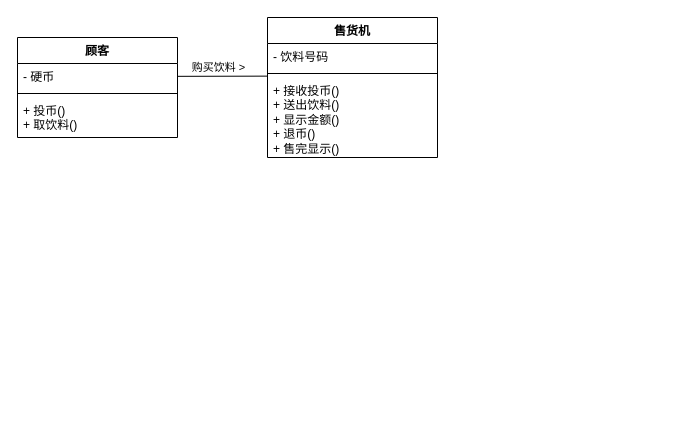
Above: 20230924.drawio in saucesy/uml (draw.io), before the change. Source tidied: cells renumbered, new cells numbered last; positions are measured from the earlier drawing's top-left corner, leaving out a move shared by most shapes. Both pictures are drawn from the tidied source at 100%, with x=0, y=0 at pixel (17, 17).
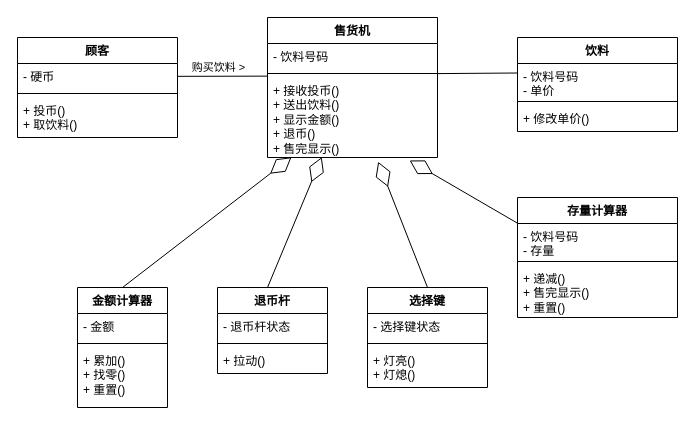
After the change.

The change refers to these unchanged cells:
```xml
<mxCell id="2" value="售货机" style="swimlane;fontStyle=1;align=center;verticalAlign=top;horizontal=1;startSize=26;whiteSpace=wrap;html=1;" parent="1" vertex="1">
  <mxGeometry x="250" width="170" height="140" as="geometry" />
</mxCell>
<mxCell id="5" value="+ 接收投币()&lt;br&gt;+ 送出饮料()&lt;br&gt;+ 显示金额()&lt;br&gt;+ 退币()&lt;br&gt;+ 售完显示()&lt;br&gt;" style="text;strokeColor=none;fillColor=none;align=left;verticalAlign=top;spacingLeft=4;spacingRight=4;overflow=hidden;points=[[0,0.5],[1,0.5]];portConstraint=eastwest;whiteSpace=wrap;html=1;" parent="2" vertex="1">
  <mxGeometry y="60" width="170" height="80" as="geometry" />
</mxCell>
```

Diff of the diagram source:
```diff
@@
+    <mxCell id="12" style="endArrow=none;html=1;rounded=0;entryX=0;entryY=0.5;entryDx=0;entryDy=0;exitX=0.999;exitY=0.045;exitDx=0;exitDy=0;exitPerimeter=0;" parent="2" edge="1">
+      <mxGeometry relative="1" as="geometry">
+        <mxPoint x="170" y="56.1" as="sourcePoint" />
+        <mxPoint x="250.2" y="55.5" as="targetPoint" />
+      </mxGeometry>
+    </mxCell>
@@
+    <mxCell id="13" value="饮料" style="swimlane;fontStyle=1;align=center;verticalAlign=top;horizontal=1;startSize=26;whiteSpace=wrap;html=1;" parent="1" vertex="1">
+      <mxGeometry x="500" y="20" width="160" height="94" as="geometry" />
+    </mxCell>
+    <mxCell id="14" value="- 饮料号码&lt;br&gt;- 单价" style="text;strokeColor=none;fillColor=none;align=left;verticalAlign=top;spacingLeft=4;spacingRight=4;overflow=hidden;whiteSpace=wrap;html=1;" parent="13" vertex="1">
+      <mxGeometry y="26" width="160" height="34" as="geometry" />
+    </mxCell>
+    <mxCell id="15" style="line;strokeWidth=1;fillColor=none;align=left;verticalAlign=middle;spacingTop=-1;spacingLeft=3;spacingRight=3;labelPosition=right;strokeColor=inherit;" parent="13" vertex="1">
+      <mxGeometry y="60" width="160" height="8" as="geometry" />
+    </mxCell>
+    <mxCell id="16" value="+ 修改单价()" style="text;strokeColor=none;fillColor=none;align=left;verticalAlign=top;spacingLeft=4;spacingRight=4;overflow=hidden;whiteSpace=wrap;html=1;" parent="13" vertex="1">
+      <mxGeometry y="68" width="160" height="26" as="geometry" />
+    </mxCell>
+    <mxCell id="17" value="金额计算器" style="swimlane;fontStyle=1;align=center;verticalAlign=top;horizontal=1;startSize=26;whiteSpace=wrap;html=1;" parent="1" vertex="1">
+      <mxGeometry x="60" y="270" width="90" height="120" as="geometry" />
+    </mxCell>
+    <mxCell id="18" value="- 金额" style="text;strokeColor=none;fillColor=none;align=left;verticalAlign=top;spacingLeft=4;spacingRight=4;overflow=hidden;whiteSpace=wrap;html=1;" parent="17" vertex="1">
+      <mxGeometry y="26" width="90" height="26" as="geometry" />
+    </mxCell>
+    <mxCell id="19" style="line;strokeWidth=1;fillColor=none;align=left;verticalAlign=middle;spacingTop=-1;spacingLeft=3;spacingRight=3;labelPosition=right;strokeColor=inherit;" parent="17" vertex="1">
+      <mxGeometry y="52" width="90" height="8" as="geometry" />
+    </mxCell>
+    <mxCell id="20" value="+ 累加()&lt;br&gt;+ 找零()&lt;br&gt;+ 重置()" style="text;strokeColor=none;fillColor=none;align=left;verticalAlign=top;spacingLeft=4;spacingRight=4;overflow=hidden;whiteSpace=wrap;html=1;" parent="17" vertex="1">
+      <mxGeometry y="60" width="90" height="60" as="geometry" />
+    </mxCell>
+    <mxCell id="21" value="退币杆" style="swimlane;fontStyle=1;align=center;verticalAlign=top;horizontal=1;startSize=26;whiteSpace=wrap;html=1;" parent="1" vertex="1">
+      <mxGeometry x="200" y="270" width="110" height="86" as="geometry" />
+    </mxCell>
+    <mxCell id="22" value="- 退币杆状态" style="text;strokeColor=none;fillColor=none;align=left;verticalAlign=top;spacingLeft=4;spacingRight=4;overflow=hidden;whiteSpace=wrap;html=1;" parent="21" vertex="1">
+      <mxGeometry y="26" width="110" height="26" as="geometry" />
+    </mxCell>
+    <mxCell id="23" style="line;strokeWidth=1;fillColor=none;align=left;verticalAlign=middle;spacingTop=-1;spacingLeft=3;spacingRight=3;labelPosition=right;strokeColor=inherit;" parent="21" vertex="1">
+      <mxGeometry y="52" width="110" height="8" as="geometry" />
+    </mxCell>
+    <mxCell id="24" value="+ 拉动()" style="text;strokeColor=none;fillColor=none;align=left;verticalAlign=top;spacingLeft=4;spacingRight=4;overflow=hidden;whiteSpace=wrap;html=1;" parent="21" vertex="1">
+      <mxGeometry y="60" width="110" height="26" as="geometry" />
+    </mxCell>
+    <mxCell id="25" value="选择键" style="swimlane;fontStyle=1;align=center;verticalAlign=top;horizontal=1;startSize=26;whiteSpace=wrap;html=1;" parent="1" vertex="1">
+      <mxGeometry x="350" y="270" width="120" height="100" as="geometry" />
+    </mxCell>
+    <mxCell id="26" value="- 选择键状态" style="text;strokeColor=none;fillColor=none;align=left;verticalAlign=top;spacingLeft=4;spacingRight=4;overflow=hidden;whiteSpace=wrap;html=1;" parent="25" vertex="1">
+      <mxGeometry y="26" width="120" height="26" as="geometry" />
+    </mxCell>
+    <mxCell id="27" style="line;strokeWidth=1;fillColor=none;align=left;verticalAlign=middle;spacingTop=-1;spacingLeft=3;spacingRight=3;labelPosition=right;strokeColor=inherit;" parent="25" vertex="1">
+      <mxGeometry y="52" width="120" height="8" as="geometry" />
+    </mxCell>
+    <mxCell id="28" value="+ 灯亮()&lt;br&gt;+ 灯熄()" style="text;strokeColor=none;fillColor=none;align=left;verticalAlign=top;spacingLeft=4;spacingRight=4;overflow=hidden;whiteSpace=wrap;html=1;" parent="25" vertex="1">
+      <mxGeometry y="60" width="120" height="40" as="geometry" />
+    </mxCell>
+    <mxCell id="29" value="存量计算器" style="swimlane;fontStyle=1;align=center;verticalAlign=top;horizontal=1;startSize=26;whiteSpace=wrap;html=1;" parent="1" vertex="1">
+      <mxGeometry x="500" y="180" width="160" height="120" as="geometry" />
+    </mxCell>
+    <mxCell id="30" value="- 饮料号码&lt;br&gt;- 存量" style="text;strokeColor=none;fillColor=none;align=left;verticalAlign=top;spacingLeft=4;spacingRight=4;overflow=hidden;whiteSpace=wrap;html=1;" parent="29" vertex="1">
+      <mxGeometry y="26" width="160" height="34" as="geometry" />
+    </mxCell>
+    <mxCell id="31" style="line;strokeWidth=1;fillColor=none;align=left;verticalAlign=middle;spacingTop=-1;spacingLeft=3;spacingRight=3;labelPosition=right;strokeColor=inherit;" parent="29" vertex="1">
+      <mxGeometry y="60" width="160" height="8" as="geometry" />
+    </mxCell>
+    <mxCell id="32" value="+ 递减()&lt;br&gt;+ 售完显示()&lt;br&gt;+ 重置()" style="text;strokeColor=none;fillColor=none;align=left;verticalAlign=top;spacingLeft=4;spacingRight=4;overflow=hidden;whiteSpace=wrap;html=1;" parent="29" vertex="1">
+      <mxGeometry y="68" width="160" height="52" as="geometry" />
+    </mxCell>
+    <mxCell id="33" style="endArrow=diamondThin;endFill=0;endSize=24;html=1;rounded=0;exitX=0.5;exitY=0;exitDx=0;exitDy=0;entryX=0.141;entryY=0.997;entryDx=0;entryDy=0;entryPerimeter=0;" parent="1" edge="1" source="17" target="5">
+      <mxGeometry relative="1" as="geometry" />
+    </mxCell>
+    <mxCell id="34" style="endArrow=diamondThin;endFill=0;endSize=24;html=1;rounded=0;exitX=0.5;exitY=0;exitDx=0;exitDy=0;entryX=0.319;entryY=0.996;entryDx=0;entryDy=0;entryPerimeter=0;" parent="1" edge="1" target="5">
+      <mxGeometry relative="1" as="geometry">
+        <mxPoint x="250" y="270" as="sourcePoint" />
+      </mxGeometry>
+    </mxCell>
+    <mxCell id="35" style="endArrow=diamondThin;endFill=0;endSize=24;html=1;rounded=0;exitX=0.5;exitY=0;exitDx=0;exitDy=0;entryX=0.651;entryY=1.054;entryDx=0;entryDy=0;entryPerimeter=0;" parent="1" edge="1" source="25" target="5">
+      <mxGeometry relative="1" as="geometry" />
+    </mxCell>
+    <mxCell id="36" style="endArrow=diamondThin;endFill=0;endSize=24;html=1;rounded=0;exitX=0.5;exitY=0;exitDx=0;exitDy=0;entryX=0.836;entryY=1.037;entryDx=0;entryDy=0;entryPerimeter=0;" parent="1" edge="1" target="5">
+      <mxGeometry relative="1" as="geometry">
+        <mxPoint x="500" y="205.7" as="sourcePoint" />
+      </mxGeometry>
+    </mxCell>
```
